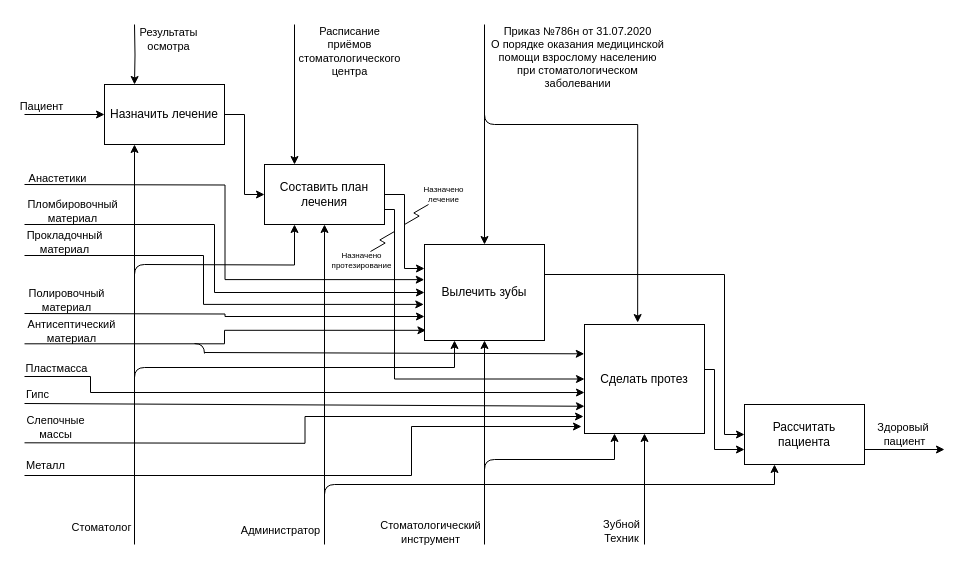
The draw.io diagram page "Страница 3" (3 of 4) of Диаграмма без названия.drawio in StudVladimir/studPrktika, before the edit. Source tidied: cells renumbered, new cells numbered last; positions are measured from the earlier drawing's top-left corner, leaving out a move shared by most shapes. Both pictures are drawn from the tidied source at 100%, with x=0, y=0 at pixel (24, 24).
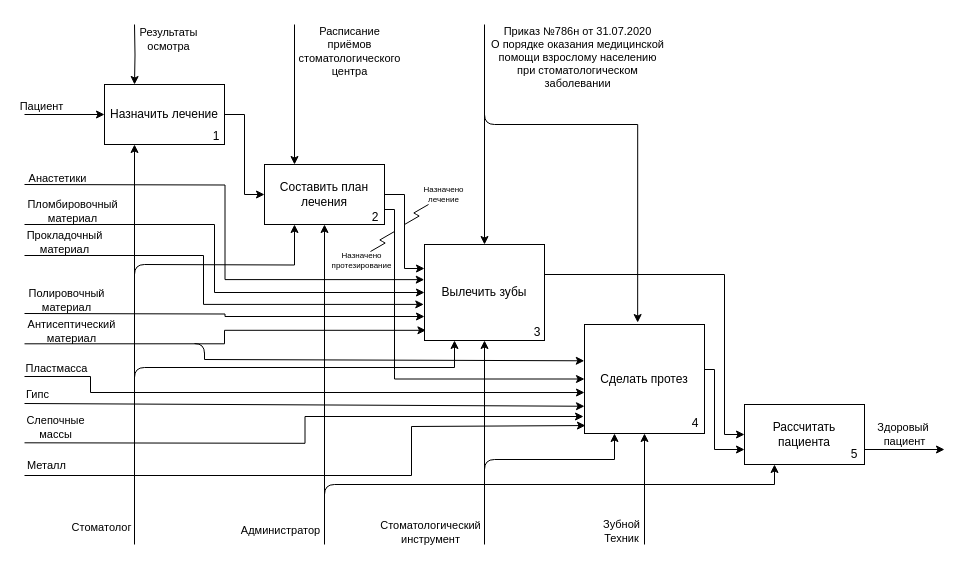
The same diagram, later.

The change refers to these unchanged cells:
```xml
<mxCell id="10" value="Сделать протез" style="rounded=0;whiteSpace=wrap;html=1;" parent="1" vertex="1">
  <mxGeometry x="560" y="300" width="120" height="109" as="geometry" />
</mxCell>
```

The edit, as a diff of the source:
```diff
@@
-    <mxCell id="65" style="endArrow=classic;html=1;rounded=0;strokeWidth=1;fontSize=11;entryX=-0.025;entryY=0.936;entryDx=0;entryDy=0;entryPerimeter=0;edgeStyle=orthogonalEdgeStyle;" parent="1" edge="1" target="10">
+    <mxCell id="65" style="endArrow=classic;html=1;rounded=0;strokeWidth=1;fontSize=11;entryX=0.008;entryY=0.927;entryDx=0;entryDy=0;entryPerimeter=0;edgeStyle=orthogonalEdgeStyle;" parent="1" edge="1" target="10">
       <mxGeometry relative="1" as="geometry">
         <mxPoint y="451" as="sourcePoint" />
         <Array as="points">
           <mxPoint x="387" y="451" />
           <mxPoint x="387" y="402" />
         </Array>
       </mxGeometry>
     </mxCell>
@@
-    <mxCell id="69" style="endArrow=classic;html=1;rounded=0;strokeWidth=1;fontSize=8;entryX=-0.002;entryY=0.269;entryDx=0;entryDy=0;entryPerimeter=0;" parent="1" edge="1" target="10">
+    <mxCell id="69" style="endArrow=classic;html=1;rounded=0;strokeWidth=1;fontSize=8;entryX=-0.002;entryY=0.269;entryDx=0;entryDy=0;entryPerimeter=0;" parent="1" edge="1">
       <mxGeometry relative="1" as="geometry">
-        <mxPoint x="180" y="328" as="sourcePoint" />
+        <mxPoint x="180" y="335" as="sourcePoint" />
+        <mxPoint x="559.8" y="336.3" as="targetPoint" />
       </mxGeometry>
     </mxCell>
+    <mxCell id="70" value="1" style="text;html=1;strokeColor=none;fillColor=none;align=center;verticalAlign=middle;whiteSpace=wrap;rounded=0;" parent="1" vertex="1">
+      <mxGeometry x="162" y="97" width="60" height="30" as="geometry" />
+    </mxCell>
+    <mxCell id="71" value="2" style="text;html=1;strokeColor=none;fillColor=none;align=center;verticalAlign=middle;whiteSpace=wrap;rounded=0;" parent="1" vertex="1">
+      <mxGeometry x="321" y="178" width="60" height="30" as="geometry" />
+    </mxCell>
+    <mxCell id="72" value="3" style="text;html=1;strokeColor=none;fillColor=none;align=center;verticalAlign=middle;whiteSpace=wrap;rounded=0;" parent="1" vertex="1">
+      <mxGeometry x="483" y="293" width="60" height="30" as="geometry" />
+    </mxCell>
+    <mxCell id="73" value="4" style="text;html=1;strokeColor=none;fillColor=none;align=center;verticalAlign=middle;whiteSpace=wrap;rounded=0;" parent="1" vertex="1">
+      <mxGeometry x="641" y="384" width="60" height="30" as="geometry" />
+    </mxCell>
+    <mxCell id="74" value="5" style="text;html=1;strokeColor=none;fillColor=none;align=center;verticalAlign=middle;whiteSpace=wrap;rounded=0;" parent="1" vertex="1">
+      <mxGeometry x="800" y="415" width="60" height="30" as="geometry" />
+    </mxCell>
+    <mxCell id="75" style="endArrow=none;html=1;rounded=0;" parent="1" edge="1">
+      <mxGeometry relative="1" as="geometry">
+        <mxPoint x="180" y="335" as="sourcePoint" />
+        <mxPoint x="180" y="328" as="targetPoint" />
+      </mxGeometry>
+    </mxCell>
```
